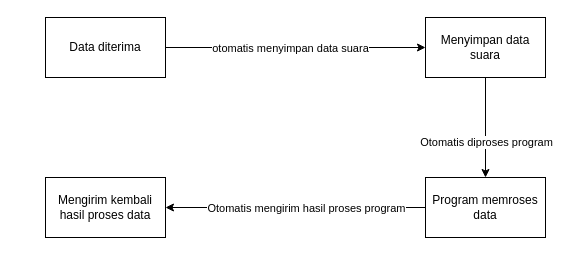
The draw.io diagram STD API.drawio in karageee/Login-system-and-gmm-voice-auth, before the edit. Source tidied: cells renumbered, new cells numbered last; positions are measured from the earlier drawing's top-left corner, leaving out a move shared by most shapes. Both pictures are drawn from the tidied source at 100%, with x=0, y=0 at pixel (45, 17).
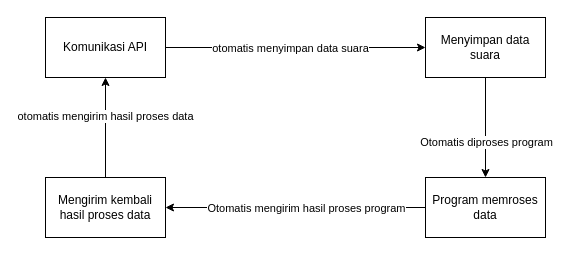
Above is the later version.

Change to the diagram source:
```diff
@@
 <mxGraphModel>
   <root>
     <mxCell id="0" />
     <mxCell id="1" parent="0" />
     <mxCell id="2" style="edgeStyle=orthogonalEdgeStyle;rounded=0;jettySize=auto;html=1;entryX=0;entryY=0.5;entryDx=0;entryDy=0;" parent="1" edge="1" source="4" target="7">
       <mxGeometry relative="1" as="geometry" />
     </mxCell>
     <mxCell id="3" value="otomatis menyimpan data suara" style="edgeLabel;html=1;align=center;verticalAlign=middle;" parent="2" vertex="1">
       <mxGeometry x="-0.35" y="-1" relative="1" as="geometry">
         <mxPoint x="39" y="-1" as="offset" />
       </mxGeometry>
     </mxCell>
-    <mxCell id="4" value="Data diterima" style="rounded=0;whiteSpace=wrap;html=1;" parent="1" vertex="1">
+    <mxCell id="4" value="Komunikasi API" style="rounded=0;whiteSpace=wrap;html=1;" parent="1" vertex="1">
       <mxGeometry width="120" height="60" as="geometry" />
     </mxCell>
     <mxCell id="5" style="edgeStyle=orthogonalEdgeStyle;rounded=0;jettySize=auto;html=1;entryX=0.5;entryY=0;entryDx=0;entryDy=0;" parent="1" edge="1" source="7" target="10">
       <mxGeometry relative="1" as="geometry" />
     </mxCell>
     <mxCell id="6" value="Otomatis diproses program" style="edgeLabel;html=1;align=center;verticalAlign=middle;" parent="5" vertex="1">
       <mxGeometry x="0.28" relative="1" as="geometry" />
     </mxCell>
     <mxCell id="7" value="Menyimpan data suara" style="rounded=0;whiteSpace=wrap;html=1;" parent="1" vertex="1">
       <mxGeometry x="380" width="120" height="60" as="geometry" />
     </mxCell>
     <mxCell id="8" style="edgeStyle=orthogonalEdgeStyle;rounded=0;jettySize=auto;html=1;entryX=1;entryY=0.5;entryDx=0;entryDy=0;" parent="1" edge="1" source="10" target="11">
       <mxGeometry relative="1" as="geometry" />
     </mxCell>
     <mxCell id="9" value="Otomatis mengirim hasil proses program" style="edgeLabel;html=1;align=center;verticalAlign=middle;" parent="8" vertex="1">
       <mxGeometry x="0.15" y="5" relative="1" as="geometry">
         <mxPoint x="30" y="-5" as="offset" />
       </mxGeometry>
     </mxCell>
     <mxCell id="10" value="Program memroses data" style="rounded=0;whiteSpace=wrap;html=1;" parent="1" vertex="1">
       <mxGeometry x="380" y="160" width="120" height="60" as="geometry" />
     </mxCell>
+    <mxCell id="12" style="edgeStyle=orthogonalEdgeStyle;rounded=0;jettySize=auto;html=1;entryX=0.5;entryY=1;entryDx=0;entryDy=0;" parent="1" edge="1" source="11" target="4">
+      <mxGeometry relative="1" as="geometry" />
+    </mxCell>
+    <mxCell id="13" value="otomatis mengirim hasil proses data" style="edgeLabel;html=1;align=center;verticalAlign=middle;" parent="12" vertex="1">
+      <mxGeometry x="0.24" y="1" relative="1" as="geometry" />
+    </mxCell>
     <mxCell id="11" value="Mengirim kembali hasil proses data" style="rounded=0;whiteSpace=wrap;html=1;" parent="1" vertex="1">
       <mxGeometry y="160" width="120" height="60" as="geometry" />
     </mxCell>
   </root>
 </mxGraphModel>
```
